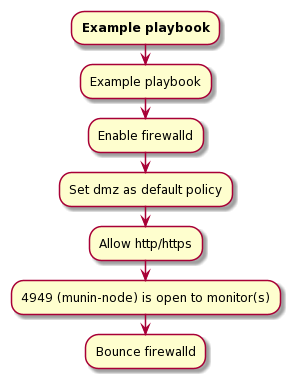
Above: example/example-diagram.png in rwxd/ansible2puml (PlantUML), before the change.
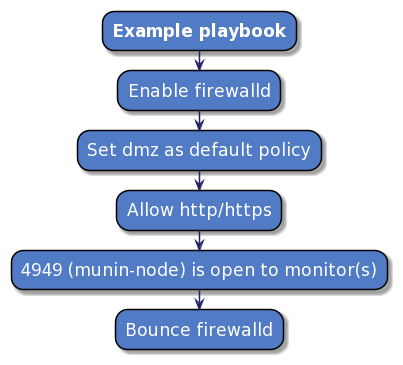
After the commit.

Commit message:
changed color of diagram and resolved error

What changed in the source:
```diff
@@ -1,20 +1,31 @@
 @startuml
+skinparam defaultTextAlignment center
+skinparam componentStyle uml2
+
+skinparam activity {
+    FontColor          white
+    AttributeFontColor white
+    FontSize           17
+    AttributeFontSize  15
+    AttributeFontname  Droid Sans Mono
+    BackgroundColor    #527BC6
+    BorderColor        black
+    ArrowColor         #222266
+    ArrowFontSize      15
+}
+
+skinparam activityDiamond {
+    FontColor          white
+    AttributeFontColor white
+    FontSize           17
+    BackgroundColor    #527BC6
+    BorderColor        black
+}
+
 :**Example playbook**;
-
-:Example playbook;
-
-
 :Enable firewalld;
-
-
 :Set dmz as default policy;
-
-
 :Allow http/https;
-
-
 :4949 (munin-node) is open to monitor(s);
-
-
 :Bounce firewalld;
 @enduml
```
